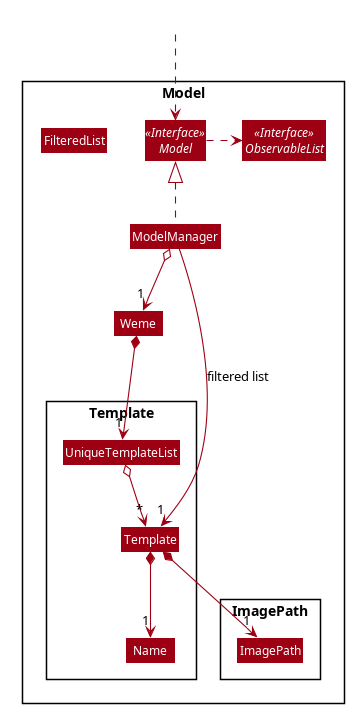
Before: docs/images/TemplateClassDiagram.png, a diagram exported from PlantUML (nus-cs2103-AY1920S1/addressbook-level3). The source it was exported from:
```plantuml
@startuml








skinparam BackgroundColor #FFFFFFF

skinparam Shadowing false

skinparam Class {
    FontColor #FFFFFF
    BorderThickness 1
    BorderColor #FFFFFF
    StereotypeFontColor #FFFFFF
    FontName Arial
}

skinparam Actor {
    BorderColor #000000
    Color #000000
    FontName Arial
}

skinparam Sequence {
    MessageAlign center
    BoxFontSize 15
    BoxPadding 0
    BoxFontColor #FFFFFF
    FontName Arial
}

skinparam Participant {
    FontColor #FFFFFFF
    Padding 20
}

skinparam MinClassWidth 50
skinparam ParticipantPadding 10
skinparam Shadowing false
skinparam DefaultTextAlignment center
skinparam packageStyle Rectangle

hide footbox
hide members
hide circle
skinparam arrowThickness 1.1
skinparam arrowColor #9D0012
skinparam classBackgroundColor #9D0012

Package Model <<Rectangle>>{
Interface Model <<Interface>>
Interface ObservableList <<Interface>>
Class Weme
Class ModelManager
Class FilteredList

Package Template {
Class Template
Class Name
Class UniqueTemplateList
}

Package ImagePath {
Class ImagePath
}
}

Class HiddenOutside #FFFFFF
HiddenOutside ..> Model

Model .right.> ObservableList
ModelManager .up.|> Model
ModelManager o--> "1" Weme

Weme *--> "1" UniqueTemplateList
UniqueTemplateList o--> "*" Template
Template *--> "1" Name
Template *--> "1" ImagePath

ModelManager -->"1" Template : filtered list
@enduml
```
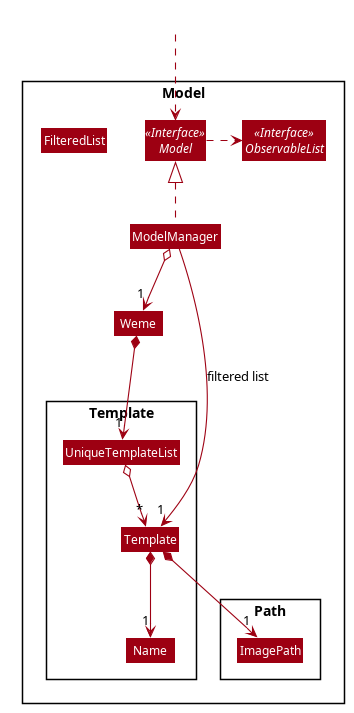
The same file after the commit.

Diff of the diagram source:
```diff
@@ -64,7 +64,7 @@
 Class UniqueTemplateList
 }
 
-Package ImagePath {
+Package Path {
 Class ImagePath
 }
 }
```
